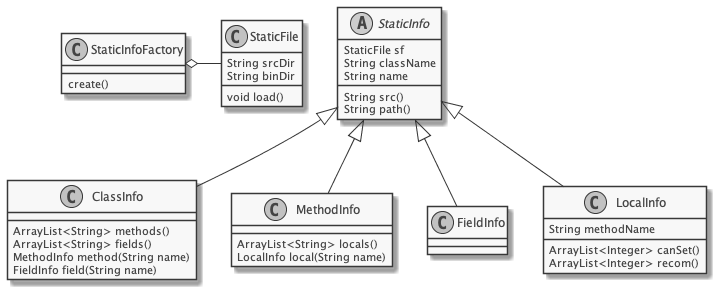
tklab-group/JISDLab keeps this PlantUML diagram as out/docs/cld/static_cld/static_cld.png. Above is the earlier version. Its diagram source:
```plantuml
@startuml static_cld
!include plantumlcolor.inc

StaticFile -le-o StaticInfoFactory
StaticInfo <|-- ClassInfo
StaticInfo <|-- MethodInfo
StaticInfo <|-- FieldInfo
StaticInfo <|-- LocalInfo
class StaticInfoFactory {
  create()
}

class StaticFile {
  String srcDir
  String binDir
  void load()
}

abstract class StaticInfo {
  StaticFile sf
  String className
  String name
  String src()
  String path()
}

class ClassInfo {
  ArrayList<String> methods()
  ArrayList<String> fields()
  MethodInfo method(String name)
  FieldInfo field(String name)
}

class MethodInfo {
  ArrayList<String> locals()
  LocalInfo local(String name)
}

class FieldInfo {
}

class LocalInfo {
  String methodName
  ArrayList<Integer> canSet()
  ArrayList<Integer> recom()
}

@enduml
```
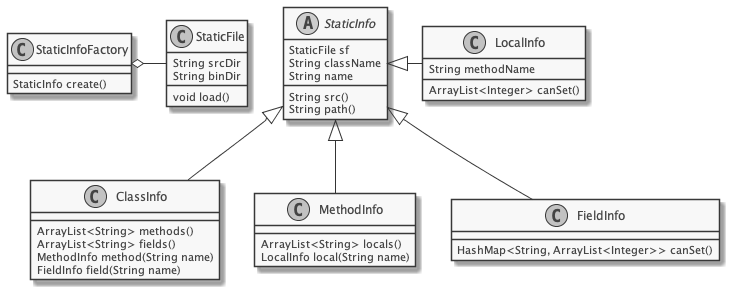
The same file after the commit.

Commit message:
Update static info cld

Change to the diagram source:
```diff
@@ -5,9 +5,9 @@
 StaticInfo <|-- ClassInfo
 StaticInfo <|-- MethodInfo
 StaticInfo <|-- FieldInfo
-StaticInfo <|-- LocalInfo
+StaticInfo <|-r- LocalInfo
 class StaticInfoFactory {
-  create()
+  StaticInfo create()
 }
 
 class StaticFile {
@@ -37,12 +37,12 @@
 }
 
 class FieldInfo {
+  HashMap<String, ArrayList<Integer>> canSet()
 }
 
 class LocalInfo {
   String methodName
   ArrayList<Integer> canSet()
-  ArrayList<Integer> recom()
 }
 
 @enduml
```
